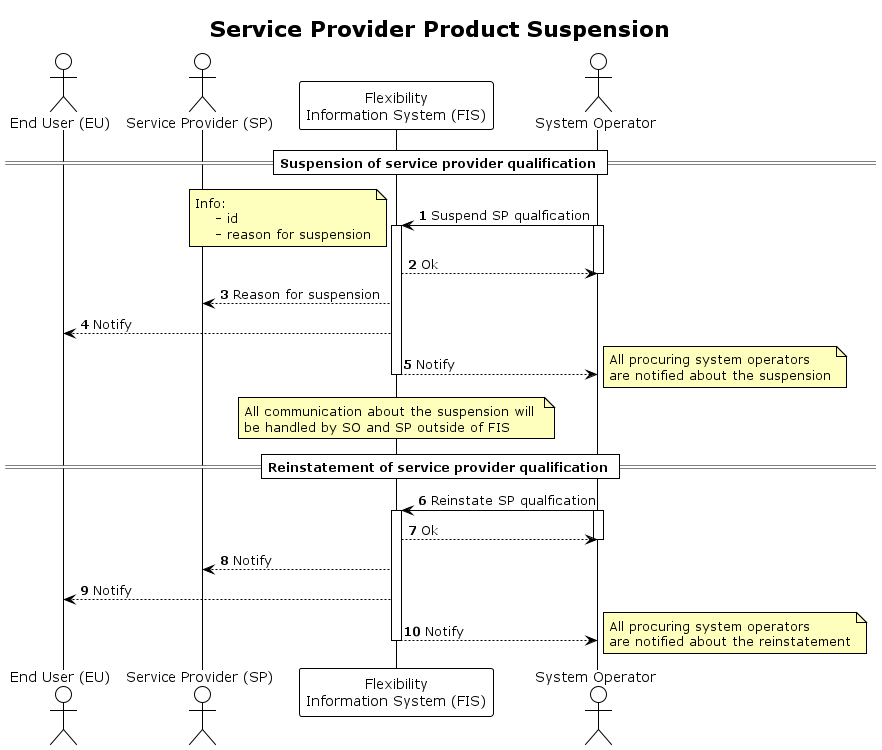
This is docs/diagrams/service_provider_product_suspension.png from elhub/flex-information-system, a PlantUML export, as it was before one commit.
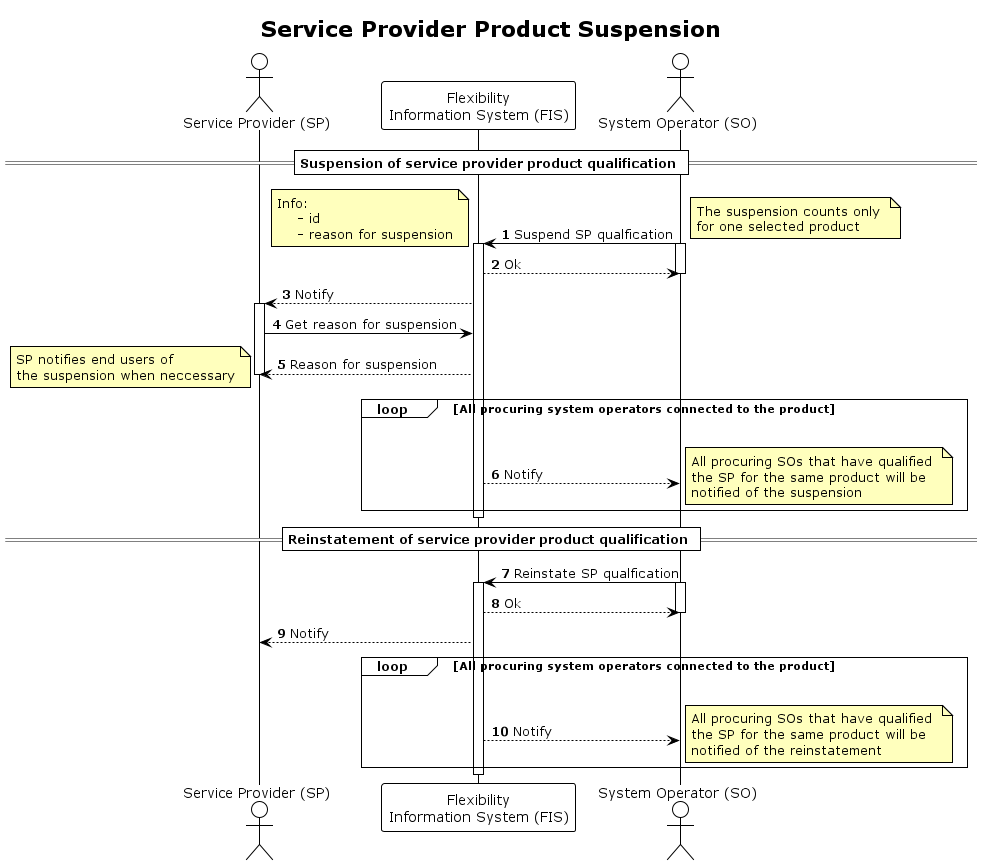
The same diagram one commit later.

Diff of the diagram source:
```diff
@@ -9,17 +9,19 @@
     BackgroundColor #FFFFBD
 }
 
-actor "End User (EU)" as EU
 actor "Service Provider (SP)" as SP
 participant "Flexibility\nInformation System (FIS)" as FIS
-actor "System Operator" as SO
+actor "System Operator (SO)" as SO
 
-== Suspension of service provider qualification ==
-
+== Suspension of service provider product qualification ==
 
 SO -> FIS: Suspend SP qualfication
 activate SO
 
+note right
+     The suspension counts only
+     for one selected product
+end note
 
 note left
     Info:
@@ -31,39 +33,46 @@
 
 FIS --> SO: Ok
 deactivate SO
+FIS --> SP: Notify
+activate SP
+SP -> FIS: Get reason for suspension
 FIS --> SP: Reason for suspension
-FIS --> EU: Notify
-FIS --> SO: Notify
+deactivate SP
+note left
+    SP notifies end users of
+    the suspension when neccessary
+end note
 
-note right
-    All procuring system operators
-    are notified about the suspension
-end note
+loop All procuring system operators connected to the product
+    |||
+    FIS --> SO: Notify
+    note right
+        All procuring SOs that have qualified
+        the SP for the same product will be
+        notified of the suspension
+    end note
+end
 
 deactivate FIS
 
-note over FIS
-    All communication about the suspension will
-    be handled by SO and SP outside of FIS
-end note
 
-== Reinstatement of service provider qualification ==
+== Reinstatement of service provider product qualification ==
 SO -> FIS: Reinstate SP qualfication
 activate SO
-
-
 activate FIS
-
 FIS --> SO: Ok
 deactivate SO
 FIS --> SP: Notify
-FIS --> EU: Notify
-FIS --> SO: Notify
 
-note right
-    All procuring system operators
-    are notified about the reinstatement
-end note
+loop All procuring system operators connected to the product
+    |||
+    FIS --> SO: Notify
+    note right
+        All procuring SOs that have qualified
+        the SP for the same product will be
+        notified of the reinstatement
+    end note
+end
 
 deactivate FIS
 
```
